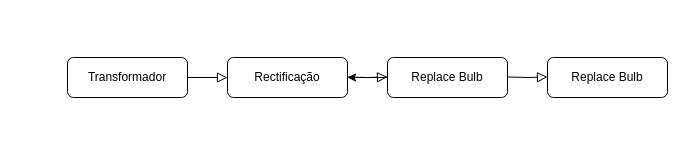
eddygrinder/LaRE_LaTeX keeps this draw.io diagram as figures/Diagrama sem nome.drawio. Above is the earlier version. Source tidied: cells renumbered, new cells numbered last; positions are measured from the earlier drawing's top-left corner, leaving out a move shared by most shapes. Both pictures are drawn from the tidied source at 100%, with x=0, y=0 at pixel (67, 57). Pictures stored in the file or linked from it are replaced by grey dashed boxes.
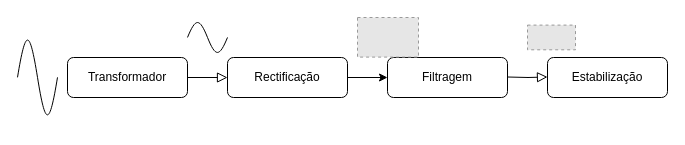
The same page after the edit.

The edit, as a diff of the source:
```diff
@@
 <mxGraphModel>
   <root>
     <mxCell id="0" />
     <mxCell id="1" parent="0" />
     <mxCell id="2" style="rounded=0;html=1;jettySize=auto;fontSize=11;endArrow=block;endFill=0;endSize=8;strokeWidth=1;shadow=0;labelBackgroundColor=none;edgeStyle=orthogonalEdgeStyle;entryX=0;entryY=0.5;entryDx=0;entryDy=0;" parent="1" edge="1" source="3" target="4">
       <mxGeometry relative="1" as="geometry" />
     </mxCell>
     <mxCell id="3" value="Transformador" style="rounded=1;whiteSpace=wrap;html=1;fontSize=12;glass=0;strokeWidth=1;shadow=0;" parent="1" vertex="1">
       <mxGeometry width="120" height="40" as="geometry" />
     </mxCell>
+    <mxCell id="10" style="edgeStyle=orthogonalEdgeStyle;rounded=0;jettySize=auto;html=1;exitX=1;exitY=0.5;exitDx=0;exitDy=0;entryX=0;entryY=0.5;entryDx=0;entryDy=0;" parent="1" edge="1" source="4" target="6">
+      <mxGeometry relative="1" as="geometry" />
+    </mxCell>
     <mxCell id="4" value="Rectificação" style="rounded=1;whiteSpace=wrap;html=1;fontSize=12;glass=0;strokeWidth=1;shadow=0;" parent="1" vertex="1">
       <mxGeometry x="160" width="120" height="40" as="geometry" />
     </mxCell>
-    <mxCell id="5" style="edgeStyle=orthogonalEdgeStyle;rounded=0;jettySize=auto;html=1;" parent="1" edge="1" source="6" target="4">
-      <mxGeometry relative="1" as="geometry" />
-    </mxCell>
-    <mxCell id="6" value="Replace Bulb" style="rounded=1;whiteSpace=wrap;html=1;fontSize=12;glass=0;strokeWidth=1;shadow=0;" parent="1" vertex="1">
+    <mxCell id="6" value="Filtragem" style="rounded=1;whiteSpace=wrap;html=1;fontSize=12;glass=0;strokeWidth=1;shadow=0;" parent="1" vertex="1">
       <mxGeometry x="320" width="120" height="40" as="geometry" />
     </mxCell>
-    <mxCell id="7" style="rounded=0;html=1;jettySize=auto;orthogonalLoop=1;fontSize=11;endArrow=block;endFill=0;endSize=8;strokeWidth=1;shadow=0;labelBackgroundColor=none;edgeStyle=orthogonalEdgeStyle;entryX=0;entryY=0.5;entryDx=0;entryDy=0;" parent="1" edge="1">
-      <mxGeometry relative="1" as="geometry">
-        <mxPoint x="280" y="19.5" as="sourcePoint" />
-        <mxPoint x="320" y="19.5" as="targetPoint" />
-      </mxGeometry>
-    </mxCell>
-    <mxCell id="8" value="Replace Bulb" style="rounded=1;whiteSpace=wrap;html=1;fontSize=12;glass=0;strokeWidth=1;shadow=0;" parent="1" vertex="1">
+    <mxCell id="8" value="Estabilização" style="rounded=1;whiteSpace=wrap;html=1;fontSize=12;glass=0;strokeWidth=1;shadow=0;" parent="1" vertex="1">
       <mxGeometry x="480" width="120" height="40" as="geometry" />
     </mxCell>
     <mxCell id="9" style="rounded=0;html=1;jettySize=auto;orthogonalLoop=1;fontSize=11;endArrow=block;endFill=0;endSize=8;strokeWidth=1;shadow=0;labelBackgroundColor=none;edgeStyle=orthogonalEdgeStyle;entryX=0;entryY=0.5;entryDx=0;entryDy=0;" parent="1" edge="1">
       <mxGeometry relative="1" as="geometry">
         <mxPoint x="440" y="19.5" as="sourcePoint" />
         <mxPoint x="480" y="19.5" as="targetPoint" />
       </mxGeometry>
     </mxCell>
+    <mxCell id="11" style="verticalLabelPosition=bottom;shadow=0;dashed=0;align=center;html=1;verticalAlign=top;shape=mxgraph.electrical.waveforms.sine_wave;" parent="1" vertex="1">
+      <mxGeometry x="-50" y="-30" width="40" height="100" as="geometry" />
+    </mxCell>
+    <mxCell id="12" style="verticalLabelPosition=bottom;shadow=0;dashed=0;align=center;html=1;verticalAlign=top;shape=mxgraph.electrical.waveforms.sine_wave;" parent="1" vertex="1">
+      <mxGeometry x="120" y="-40" width="40" height="40" as="geometry" />
+    </mxCell>
+    <mxCell id="13" style="fillColor=#E6E6E6;strokeColor=#999999;dashed=1;verticalLabelPosition=bottom;verticalAlign=top;" parent="1" vertex="1">
+      <mxGeometry x="290" y="-40" width="61" height="39.6" as="geometry" />
+    </mxCell>
+    <mxCell id="14" style="fillColor=#E6E6E6;strokeColor=#999999;dashed=1;verticalLabelPosition=bottom;verticalAlign=top;" parent="1" vertex="1">
+      <mxGeometry x="460" y="-32.4" width="48" height="24.7" as="geometry" />
+    </mxCell>
   </root>
 </mxGraphModel>
```
